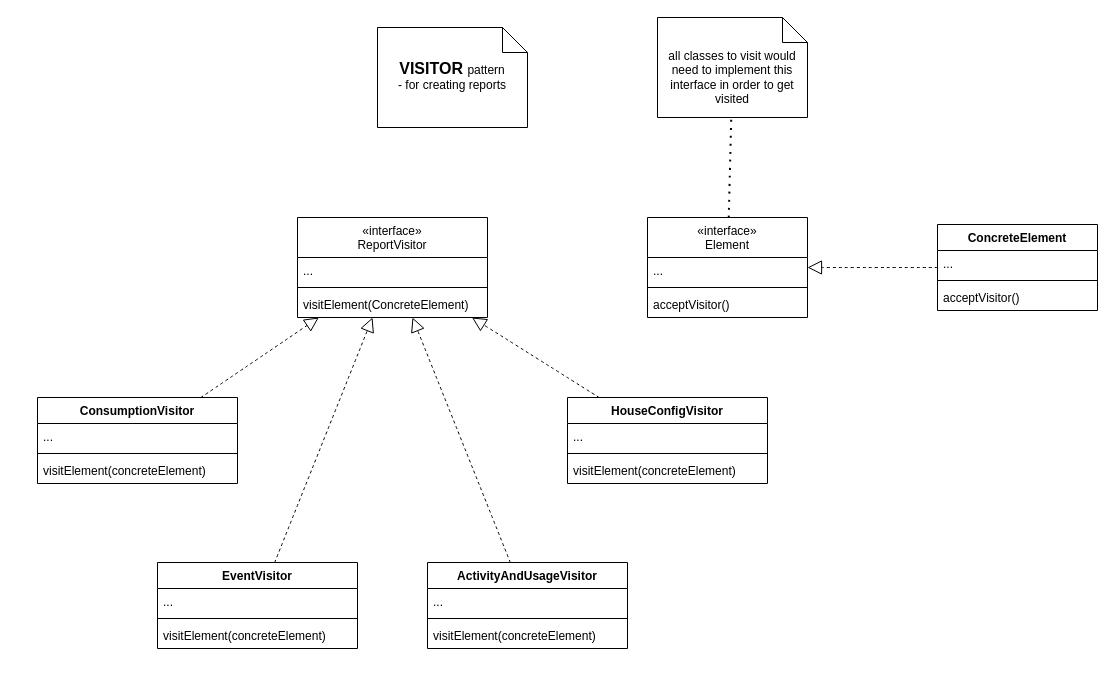
Before: visitor.drawio in alfacentaur1/omo_objectModel, a draw.io diagram. Source tidied: cells renumbered, new cells numbered last; positions are measured from the earlier drawing's top-left corner, leaving out a move shared by most shapes. Both pictures are drawn from the tidied source at 100%, with x=0, y=0 at pixel (37, 17).
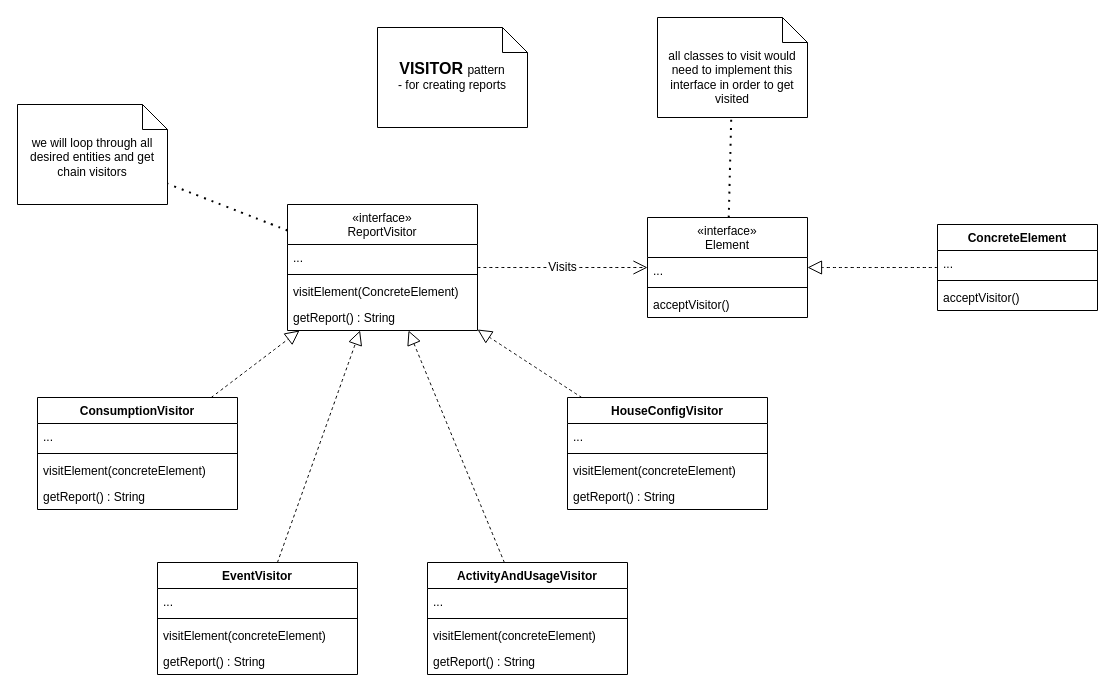
The same page after the edit.

Commit message:
update visitor pattern

The change refers to these unchanged cells:
```xml
<mxCell id="7" value="&lt;span style=&quot;font-weight: normal;&quot;&gt;«interface»&lt;br style=&quot;&quot;&gt;Element&lt;/span&gt;" style="swimlane;fontStyle=1;align=center;verticalAlign=top;horizontal=1;startSize=40;whiteSpace=wrap;html=1;" parent="1" vertex="1">
  <mxGeometry x="610" y="200" width="160" height="100" as="geometry" />
</mxCell>
```

Change to the diagram source:
```diff
@@
     <mxCell id="2" value="&lt;span style=&quot;font-weight: normal;&quot;&gt;«interface»&lt;br style=&quot;&quot;&gt;ReportVisitor&lt;/span&gt;" style="swimlane;fontStyle=1;align=center;verticalAlign=top;horizontal=1;startSize=40;whiteSpace=wrap;html=1;" parent="1" vertex="1">
-      <mxGeometry x="260" y="200" width="190" height="100" as="geometry" />
+      <mxGeometry x="250" y="187" width="190" height="126" as="geometry" />
     </mxCell>
@@
+    <mxCell id="38" value="getReport() : String" style="text;strokeColor=none;fillColor=none;align=left;verticalAlign=top;spacingLeft=4;spacingRight=4;overflow=hidden;whiteSpace=wrap;html=1;" parent="2" vertex="1">
+      <mxGeometry y="100" width="190" height="26" as="geometry" />
+    </mxCell>
@@
     <mxCell id="13" value="ConsumptionVisitor" style="swimlane;fontStyle=1;align=center;verticalAlign=top;horizontal=1;startSize=26;whiteSpace=wrap;html=1;" parent="1" vertex="1">
-      <mxGeometry y="380" width="200" height="86" as="geometry" />
+      <mxGeometry y="380" width="200" height="112" as="geometry" />
     </mxCell>
@@
+    <mxCell id="39" value="getReport() : String" style="text;strokeColor=none;fillColor=none;align=left;verticalAlign=top;spacingLeft=4;spacingRight=4;overflow=hidden;whiteSpace=wrap;html=1;" parent="13" vertex="1">
+      <mxGeometry y="86" width="200" height="26" as="geometry" />
+    </mxCell>
@@
     <mxCell id="22" value="EventVisitor" style="swimlane;fontStyle=1;align=center;verticalAlign=top;horizontal=1;startSize=26;whiteSpace=wrap;html=1;" parent="1" vertex="1">
-      <mxGeometry x="120" y="545" width="200" height="86" as="geometry" />
+      <mxGeometry x="120" y="545" width="200" height="112" as="geometry" />
     </mxCell>
@@
+    <mxCell id="40" value="getReport() : String" style="text;strokeColor=none;fillColor=none;align=left;verticalAlign=top;spacingLeft=4;spacingRight=4;overflow=hidden;whiteSpace=wrap;html=1;" parent="22" vertex="1">
+      <mxGeometry y="86" width="200" height="26" as="geometry" />
+    </mxCell>
     <mxCell id="26" value="ActivityAndUsageVisitor" style="swimlane;fontStyle=1;align=center;verticalAlign=top;horizontal=1;startSize=26;whiteSpace=wrap;html=1;" parent="1" vertex="1">
-      <mxGeometry x="390" y="545" width="200" height="86" as="geometry" />
+      <mxGeometry x="390" y="545" width="200" height="112" as="geometry" />
     </mxCell>
@@
+    <mxCell id="41" value="getReport() : String" style="text;strokeColor=none;fillColor=none;align=left;verticalAlign=top;spacingLeft=4;spacingRight=4;overflow=hidden;whiteSpace=wrap;html=1;" parent="26" vertex="1">
+      <mxGeometry y="86" width="200" height="26" as="geometry" />
+    </mxCell>
     <mxCell id="30" value="HouseConfigVisitor" style="swimlane;fontStyle=1;align=center;verticalAlign=top;horizontal=1;startSize=26;whiteSpace=wrap;html=1;" parent="1" vertex="1">
-      <mxGeometry x="530" y="380" width="200" height="86" as="geometry" />
+      <mxGeometry x="530" y="380" width="200" height="112" as="geometry" />
     </mxCell>
@@
+    <mxCell id="42" value="getReport() : String" style="text;strokeColor=none;fillColor=none;align=left;verticalAlign=top;spacingLeft=4;spacingRight=4;overflow=hidden;whiteSpace=wrap;html=1;" parent="30" vertex="1">
+      <mxGeometry y="86" width="200" height="26" as="geometry" />
+    </mxCell>
@@
+    <mxCell id="43" value="Visits" style="endArrow=open;endSize=12;dashed=1;html=1;rounded=0;fontSize=12;curved=1;" parent="1" edge="1" source="2" target="7">
+      <mxGeometry relative="1" as="geometry" />
+    </mxCell>
+    <mxCell id="44" value="we will loop through all desired entities and get chain visitors" style="shape=note2;boundedLbl=1;whiteSpace=wrap;html=1;size=25;verticalAlign=top;align=center;" parent="1" vertex="1">
+      <mxGeometry x="-20" y="87" width="150" height="100" as="geometry" />
+    </mxCell>
+    <mxCell id="45" style="endArrow=none;dashed=1;html=1;dashPattern=1 3;strokeWidth=2;rounded=0;fontSize=12;startSize=8;endSize=8;curved=1;" parent="1" edge="1" source="2" target="44">
+      <mxGeometry relative="1" as="geometry" />
+    </mxCell>
```
